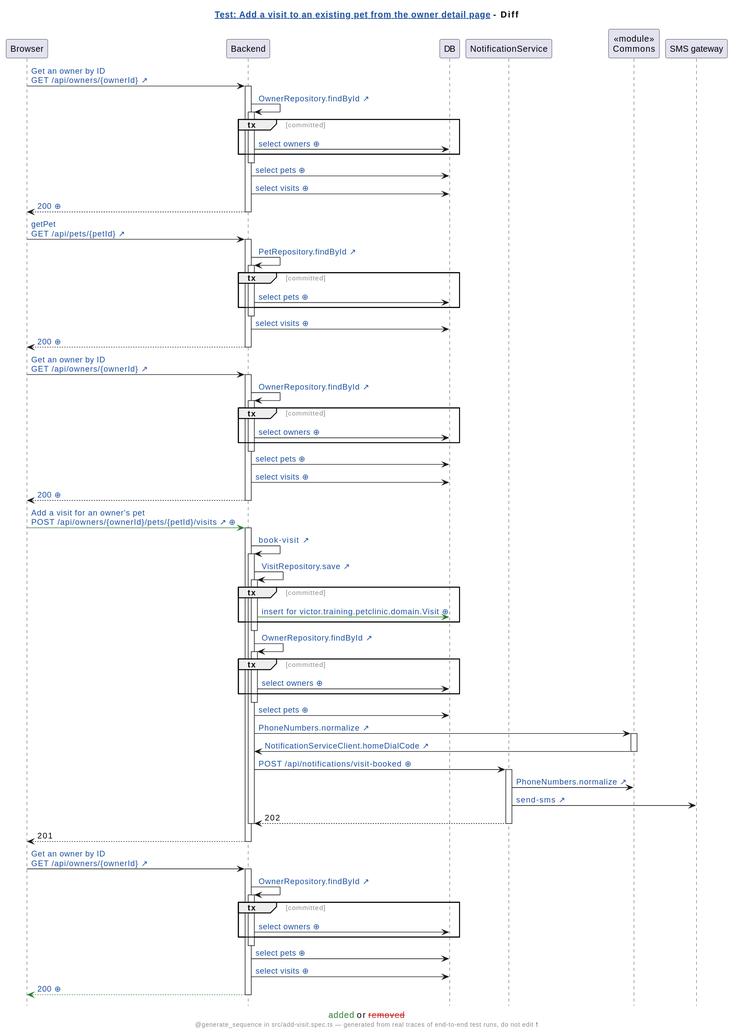
Earlier version of the PlantUML export demo/demo2/assets/diagrams/petclinic-test_generated_add-visit.spec.ts.add-a-visit-to-an-existing-pet-from-the-owner-detail-page.genseq.diff.svg (victorrentea/human-review).
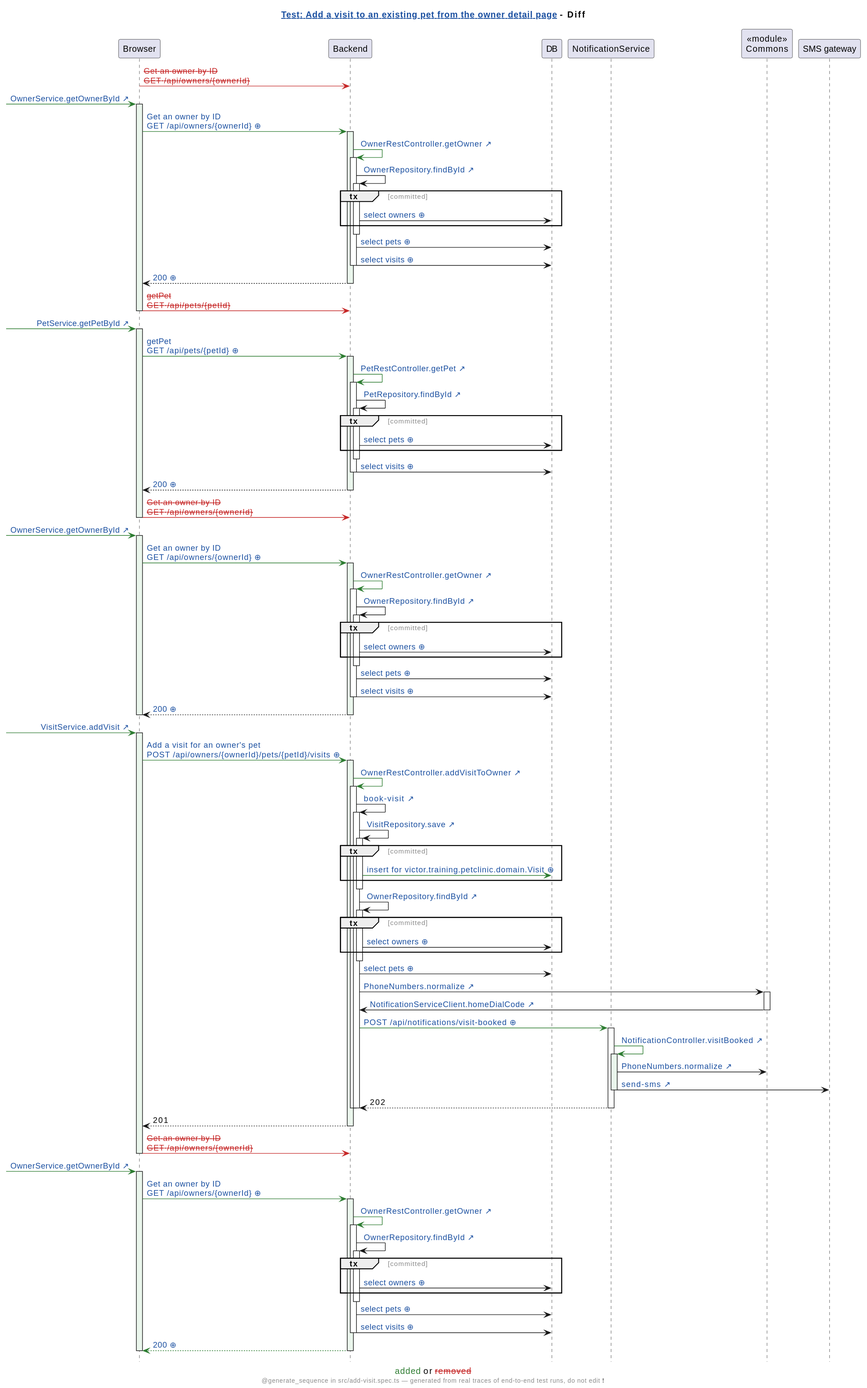
After the change.

What changed in the source:
```diff
@@ -13,7 +13,12 @@
 participant NotificationService
 participant "«module»\nCommons" as Commons
 participant "SMS gateway"
-Browser -> Backend: [[src://petclinic-frontend/src/app/owners/owner-detail/owner-detail.component.ts:22{Click to open the line that sent this request: owner-detail.component.ts:22} Get an owner by ID\nGET /api/owners/{ownerId} ↗]]
+Browser -[#C62828]> Backend: <color:#C62828><s>Get an owner by ID</s></color>\n<color:#C62828><s>GET /api/owners/{ownerId}</s></color>
+[-[#2E7D32]> Browser: [[src://petclinic-frontend/src/app/owners/owner-detail/owner-detail.component.ts:22{Click to open the line that sent this request: owner-detail.component.ts:22} OwnerService.getOwnerById ↗]]
+activate Browser #EAF6EC
+Browser -[#2E7D32]> Backend: [[genseq://06lchgi{Click for the request as it was sent} Get an owner by ID\nGET /api/owners/{ownerId} ⊕]]
+activate Backend #EAF6EC
+Backend -[#2E7D32]> Backend: [[src://petclinic-backend/src/main/java/victor/training/petclinic/rest/OwnerRestController.java:103{Click to open OwnerRestController.getOwner} OwnerRestController.getOwner ↗]]
 activate Backend
 Backend -> Backend: [[src://petclinic-backend/src/main/java/victor/training/petclinic/repository/OwnerRepository.java:14{Click to open OwnerRepository.findById} OwnerRepository.findById ↗]]
 activate Backend
@@ -23,9 +28,16 @@
 deactivate Backend
 Backend -> DB: [[genseq://18567ho{Click for the statement behind this call} select pets ⊕]]
 Backend -> DB: [[genseq://13apewa{Click for the statement behind this call} select visits ⊕]]
+deactivate Backend
 Backend --> Browser: [[genseq://0zavcxa{Click for this call’s JSON body} 200 ⊕]]
 deactivate Backend
-Browser -> Backend: [[src://petclinic-frontend/src/app/visits/visit-add/visit-add.component.ts:42{Click to open the line that sent this request: visit-add.component.ts:42} getPet\nGET /api/pets/{petId} ↗]]
+Browser -[#C62828]> Backend: <color:#C62828><s>getPet</s></color>\n<color:#C62828><s>GET /api/pets/{petId}</s></color>
+deactivate Browser
+[-[#2E7D32]> Browser: [[src://petclinic-frontend/src/app/visits/visit-add/visit-add.component.ts:42{Click to open the line that sent this request: visit-add.component.ts:42} PetService.getPetById ↗]]
+activate Browser #EAF6EC
+Browser -[#2E7D32]> Backend: [[genseq://17x7zoe{Click for the request as it was sent} getPet\nGET /api/pets/{petId} ⊕]]
+activate Backend #EAF6EC
+Backend -[#2E7D32]> Backend: [[src://petclinic-backend/src/main/java/victor/training/petclinic/rest/PetRestController.java:33{Click to open PetRestController.getPet} PetRestController.getPet ↗]]
 activate Backend
 Backend -> Backend: [[src://petclinic-backend/src/main/java/victor/training/petclinic/repository/PetRepository.java:16{Click to open PetRepository.findById} PetRepository.findById ↗]]
 activate Backend
@@ -34,9 +46,16 @@
 end
 deactivate Backend
 Backend -> DB: [[genseq://13apewa{Click for the statement behind this call} select visits ⊕]]
+deactivate Backend
 Backend --> Browser: [[genseq://01mmlgx{Click for this call’s JSON body} 200 ⊕]]
 deactivate Backend
-Browser -> Backend: [[src://petclinic-frontend/src/app/visits/visit-add/visit-add.component.ts:47{Click to open the line that sent this request: visit-add.component.ts:47} Get an owner by ID\nGET /api/owners/{ownerId} ↗]]
+Browser -[#C62828]> Backend: <color:#C62828><s>Get an owner by ID</s></color>\n<color:#C62828><s>GET /api/owners/{ownerId}</s></color>
+deactivate Browser
+[-[#2E7D32]> Browser: [[src://petclinic-frontend/src/app/visits/visit-add/visit-add.component.ts:47{Click to open the line that sent this request: visit-add.component.ts:47} OwnerService.getOwnerById ↗]]
+activate Browser #EAF6EC
+Browser -[#2E7D32]> Backend: [[genseq://06lchgi{Click for the request as it was sent} Get an owner by ID\nGET /api/owners/{ownerId} ⊕]]
+activate Backend #EAF6EC
+Backend -[#2E7D32]> Backend: [[src://petclinic-backend/src/main/java/victor/training/petclinic/rest/OwnerRestController.java:103{Click to open OwnerRestController.getOwner} OwnerRestController.getOwner ↗]]
 activate Backend
 Backend -> Backend: [[src://petclinic-backend/src/main/java/victor/training/petclinic/repository/OwnerRepository.java:14{Click to open OwnerRepository.findById} OwnerRepository.findById ↗]]
 activate Backend
@@ -46,16 +65,22 @@
 deactivate Backend
 Backend -> DB: [[genseq://18567ho{Click for the statement behind this call} select pets ⊕]]
 Backend -> DB: [[genseq://13apewa{Click for the statement behind this call} select visits ⊕]]
+deactivate Backend
 Backend --> Browser: [[genseq://0zavcxa{Click for this call’s JSON body} 200 ⊕]]
 deactivate Backend
-Browser -[#2E7D32]> Backend: [[src://petclinic-frontend/src/app/visits/visit-add/visit-add.component.ts:63{Click to open the line that sent this request: visit-add.component.ts:63 ← visit-add.component.html:25} Add a visit for an owner's pet\nPOST /api/owners/{ownerId}/pets/{petId}/visits ↗]] [[genseq://1u4xniz{Click for this call’s JSON body} ⊕]]
+deactivate Browser
+[-[#2E7D32]> Browser: [[src://petclinic-frontend/src/app/visits/visit-add/visit-add.component.ts:63{Click to open the line that sent this request: visit-add.component.ts:63 ← visit-add.component.html:25} VisitService.addVisit ↗]]
+activate Browser #EAF6EC
+Browser -[#2E7D32]> Backend: [[genseq://0prgu3t{Click for the request as it was sent} Add a visit for an owner's pet\nPOST /api/owners/{ownerId}/pets/{petId}/visits ⊕]]
+activate Backend #EAF6EC
+Backend -[#2E7D32]> Backend: [[src://petclinic-backend/src/main/java/victor/training/petclinic/rest/OwnerRestController.java:167{Click to open OwnerRestController.addVisitToOwner} OwnerRestController.addVisitToOwner ↗]]
 activate Backend
 Backend -> Backend: [[src://petclinic-backend/src/main/java/victor/training/petclinic/rest/OwnerRestController.java:183{Click to open OwnerRestController.bookVisit} book-visit ↗]]
 activate Backend
 Backend -> Backend: [[src://petclinic-backend/src/main/java/victor/training/petclinic/repository/VisitRepository.java:16{Click to open VisitRepository.save} VisitRepository.save ↗]]
 activate Backend
 group tx [committed]
-Backend -[#2E7D32]> DB: [[genseq://1f0vehk{Click for the statement behind this call} insert for victor.training.petclinic.domain.Visit ⊕]]
+Backend -[#2E7D32]> DB: [[genseq://0jsen8c{Click for the statement behind this call} insert for victor.training.petclinic.domain.Visit ⊕]]
 end
 deactivate Backend
 Backend -> Backend: [[src://petclinic-backend/src/main/java/victor/training/petclinic/repository/OwnerRepository.java:14{Click to open OwnerRepository.findById} OwnerRepository.findById ↗]]
@@ -69,16 +94,26 @@
 activate Commons
 Commons -> Backend: [[src://petclinic-backend/src/main/java/victor/training/petclinic/notification/NotificationServiceClient.java:45{Click to open NotificationServiceClient.homeDialCode} NotificationServiceClient.homeDialCode ↗]]
 deactivate Commons
-Backend -> NotificationService: [[genseq://1p4ogm5{Click for this call’s JSON body} POST /api/notifications/visit-booked ⊕]]
+Backend -[#2E7D32]> NotificationService: [[genseq://00gfug0{Click for the request as it was sent} POST /api/notifications/visit-booked ⊕]]
 activate NotificationService
+NotificationService -[#2E7D32]> NotificationService: [[src://notification-service/src/main/java/victor/training/notification/NotificationController.java:22{Click to open NotificationController.visitBooked} NotificationController.visitBooked ↗]]
+activate NotificationService #EAF6EC
 NotificationService -> Commons: [[src://petclinic-commons/src/main/java/victor/training/commons/PhoneNumbers.java:8{Click to open PhoneNumbers.normalize} PhoneNumbers.normalize ↗]]
 NotificationService -> "SMS gateway": [[src://notification-service/src/main/java/victor/training/notification/SmsGateway.java:23{Click to open SmsGateway.send} send-sms ↗]]
+deactivate NotificationService
 NotificationService --> Backend: 202
 deactivate NotificationService
 deactivate Backend
+deactivate Backend
 Backend --> Browser: 201
 deactivate Backend
-Browser -> Backend: [[src://petclinic-frontend/src/app/owners/owner-detail/owner-detail.component.ts:22{Click to open the line that sent this request: owner-detail.component.ts:22} Get an owner by ID\nGET /api/owners/{ownerId} ↗]]
+Browser -[#C62828]> Backend: <color:#C62828><s>Get an owner by ID</s></color>\n<color:#C62828><s>GET /api/owners/{ownerId}</s></color>
+deactivate Browser
+[-[#2E7D32]> Browser: [[src://petclinic-frontend/src/app/owners/owner-detail/owner-detail.component.ts:22{Click to open the line that sent this request: owner-detail.component.ts:22} OwnerService.getOwnerById ↗]]
+activate Browser #EAF6EC
+Browser -[#2E7D32]> Backend: [[genseq://06lchgi{Click for the request as it was sent} Get an owner by ID\nGET /api/owners/{ownerId} ⊕]]
+activate Backend #EAF6EC
+Backend -[#2E7D32]> Backend: [[src://petclinic-backend/src/main/java/victor/training/petclinic/rest/OwnerRestController.java:103{Click to open OwnerRestController.getOwner} OwnerRestController.getOwner ↗]]
 activate Backend
 Backend -> Backend: [[src://petclinic-backend/src/main/java/victor/training/petclinic/repository/OwnerRepository.java:14{Click to open OwnerRepository.findById} OwnerRepository.findById ↗]]
 activate Backend
@@ -88,6 +123,8 @@
 deactivate Backend
 Backend -> DB: [[genseq://18567ho{Click for the statement behind this call} select pets ⊕]]
 Backend -> DB: [[genseq://13apewa{Click for the statement behind this call} select visits ⊕]]
-Backend -[#2E7D32]-> Browser: [[genseq://0hu2cif{Click for this call’s JSON body} 200 ⊕]]
 deactivate Backend
+Backend -[#2E7D32]-> Browser: [[genseq://1h1k23v{Click for this call’s JSON body} 200 ⊕]]
+deactivate Backend
+deactivate Browser
 @enduml
```
